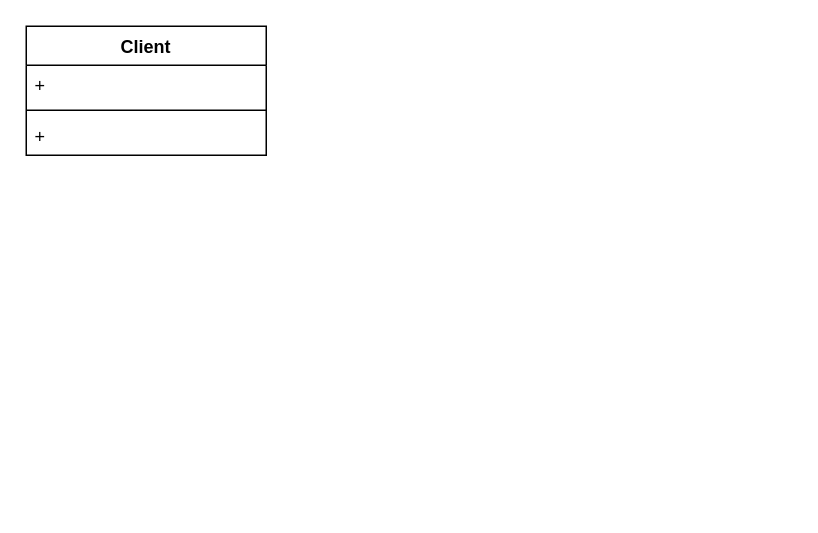
Earlier version of the draw.io diagram 设计模式/C语言设计模式/工厂方法模式.drawio (zhouyuming/MyNotes). Source tidied: cells renumbered, new cells numbered last; positions are measured from the earlier drawing's top-left corner, leaving out a move shared by most shapes. Both pictures are drawn from the tidied source at 150%, with x=0, y=0 at pixel (26, 26).
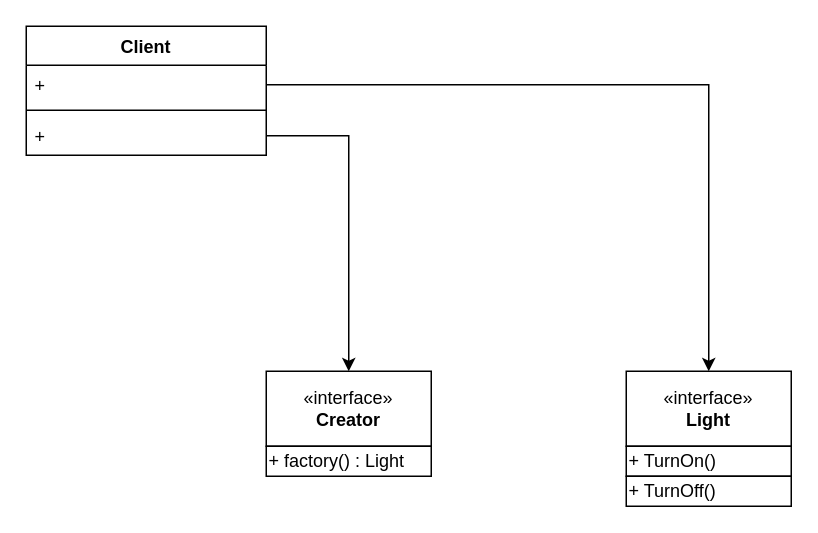
The same diagram, later.

Commit message (it also covers changes not shown here):
更新工厂方法模式.drawio

Diff of the diagram source:
```diff
@@
 <mxGraphModel>
   <root>
     <mxCell id="0" />
     <mxCell id="1" parent="0" />
     <mxCell id="2" value="Client" style="swimlane;fontStyle=1;align=center;verticalAlign=top;horizontal=1;startSize=26;whiteSpace=wrap;html=1;" parent="1" vertex="1">
       <mxGeometry width="160" height="86" as="geometry" />
     </mxCell>
     <mxCell id="3" value="+&amp;nbsp;" style="text;strokeColor=none;fillColor=none;align=left;verticalAlign=top;spacingLeft=4;spacingRight=4;overflow=hidden;points=[[0,0.5],[1,0.5]];portConstraint=eastwest;whiteSpace=wrap;html=1;" parent="2" vertex="1">
       <mxGeometry y="26" width="160" height="26" as="geometry" />
     </mxCell>
     <mxCell id="4" style="line;strokeWidth=1;fillColor=none;align=left;verticalAlign=middle;spacingTop=-1;spacingLeft=3;spacingRight=3;labelPosition=right;strokeColor=inherit;" parent="2" vertex="1">
       <mxGeometry y="52" width="160" height="8" as="geometry" />
     </mxCell>
     <mxCell id="5" value="+&amp;nbsp;" style="text;strokeColor=none;fillColor=none;align=left;verticalAlign=top;spacingLeft=4;spacingRight=4;overflow=hidden;points=[[0,0.5],[1,0.5]];portConstraint=eastwest;whiteSpace=wrap;html=1;" parent="2" vertex="1">
       <mxGeometry y="60" width="160" height="26" as="geometry" />
     </mxCell>
+    <mxCell id="6" style="group;" parent="1" vertex="1">
+      <mxGeometry x="160" y="230" width="110" height="70" as="geometry" />
+    </mxCell>
+    <mxCell id="7" value="«interface»&lt;br&gt;&lt;b&gt;Creator&lt;/b&gt;" style="html=1;whiteSpace=wrap;" parent="6" vertex="1">
+      <mxGeometry width="110" height="50" as="geometry" />
+    </mxCell>
+    <mxCell id="8" value="+ factory() : Light" style="html=1;whiteSpace=wrap;align=left;" parent="6" vertex="1">
+      <mxGeometry y="50" width="110" height="20" as="geometry" />
+    </mxCell>
+    <mxCell id="9" style="group;" parent="1" vertex="1">
+      <mxGeometry x="400" y="230" width="110" height="70" as="geometry" />
+    </mxCell>
+    <mxCell id="10" value="«interface»&lt;br&gt;&lt;b&gt;Light&lt;/b&gt;" style="html=1;whiteSpace=wrap;" parent="9" vertex="1">
+      <mxGeometry width="110" height="50" as="geometry" />
+    </mxCell>
+    <mxCell id="11" value="+ TurnOn()&amp;nbsp;" style="html=1;whiteSpace=wrap;align=left;" parent="9" vertex="1">
+      <mxGeometry y="50" width="110" height="20" as="geometry" />
+    </mxCell>
+    <mxCell id="12" value="+ TurnOff()&amp;nbsp;" style="html=1;whiteSpace=wrap;align=left;" parent="1" vertex="1">
+      <mxGeometry x="400" y="300" width="110" height="20" as="geometry" />
+    </mxCell>
+    <mxCell id="13" style="edgeStyle=orthogonalEdgeStyle;rounded=0;jettySize=auto;html=1;exitX=1;exitY=0.5;exitDx=0;exitDy=0;entryX=0.5;entryY=0;entryDx=0;entryDy=0;" parent="1" edge="1" source="3" target="10">
+      <mxGeometry relative="1" as="geometry" />
+    </mxCell>
+    <mxCell id="14" style="edgeStyle=orthogonalEdgeStyle;rounded=0;jettySize=auto;html=1;entryX=0.5;entryY=0;entryDx=0;entryDy=0;" parent="1" edge="1" source="5" target="7">
+      <mxGeometry relative="1" as="geometry" />
+    </mxCell>
   </root>
 </mxGraphModel>
```
